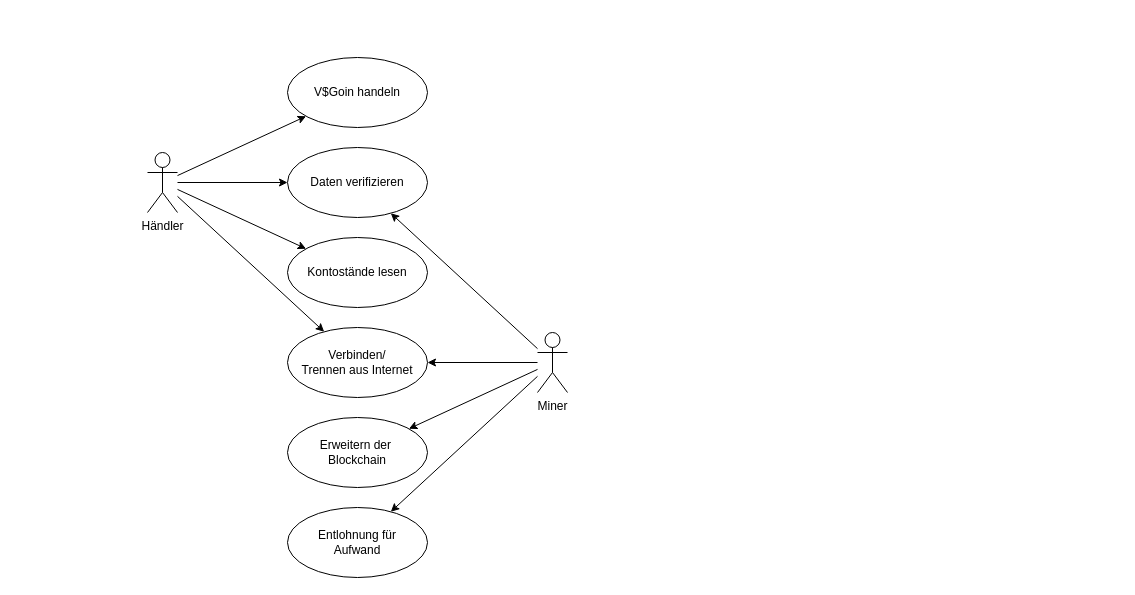
Before: docs/arc42/arc42-MinerNetwork/images/use-cases-network.drawio in bjoern621/VSP-Blockchain, a draw.io diagram. Source tidied: cells renumbered, new cells numbered last; positions are measured from the earlier drawing's top-left corner, leaving out a move shared by most shapes. Both pictures are drawn from the tidied source at 100%, with x=0, y=0 at pixel (147, 57).
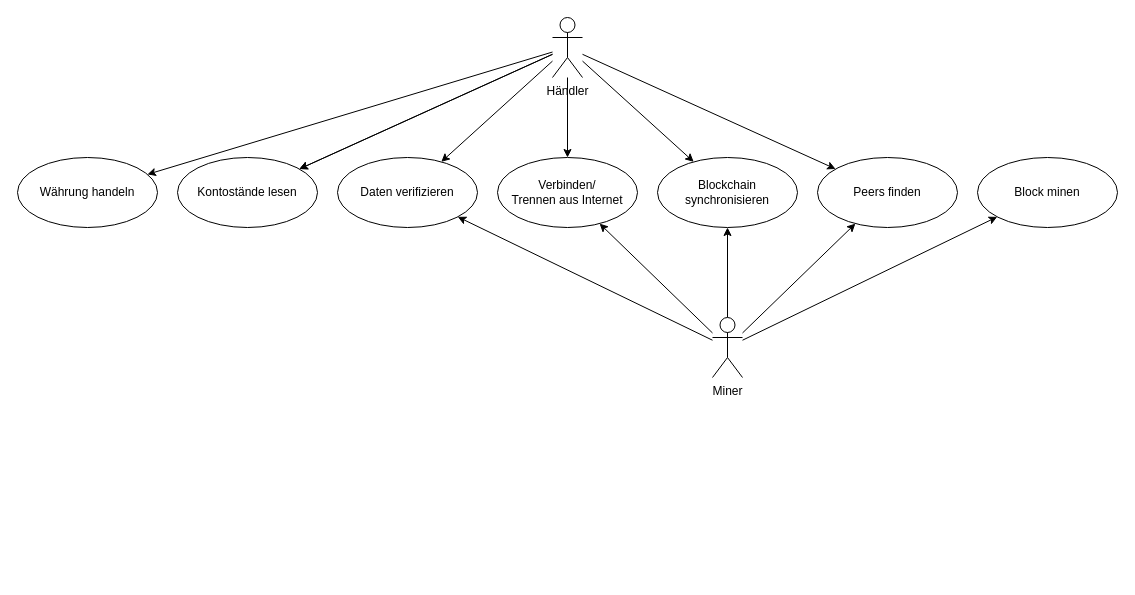
After the change.

The edit, as a diff of the source:
```diff
@@
-    <mxCell id="2" value="V$Goin handeln" style="ellipse;whiteSpace=wrap;html=1;" parent="1" vertex="1">
-      <mxGeometry x="140" width="140" height="70" as="geometry" />
+    <mxCell id="2" value="Währung handeln" style="ellipse;whiteSpace=wrap;html=1;" parent="1" vertex="1">
+      <mxGeometry x="-130" y="100" width="140" height="70" as="geometry" />
     </mxCell>
@@
+    <mxCell id="18" style="rounded=0;jettySize=auto;html=1;" parent="1" edge="1" source="7" target="22">
+      <mxGeometry relative="1" as="geometry" />
+    </mxCell>
+    <mxCell id="19" style="rounded=0;jettySize=auto;html=1;" parent="1" edge="1" source="7" target="17">
+      <mxGeometry relative="1" as="geometry" />
+    </mxCell>
     <mxCell id="7" value="Händler" style="shape=umlActor;verticalLabelPosition=bottom;verticalAlign=top;html=1;" parent="1" vertex="1">
-      <mxGeometry y="95" width="30" height="60" as="geometry" />
+      <mxGeometry x="405" y="-40" width="30" height="60" as="geometry" />
     </mxCell>
     <mxCell id="8" value="Daten verifizieren" style="ellipse;whiteSpace=wrap;html=1;" parent="1" vertex="1">
-      <mxGeometry x="140" y="90" width="140" height="70" as="geometry" />
+      <mxGeometry x="190" y="100" width="140" height="70" as="geometry" />
     </mxCell>
-    <mxCell id="9" value="Kontostände lesen" style="ellipse;whiteSpace=wrap;html=1;" parent="1" vertex="1">
-      <mxGeometry x="140" y="180" width="140" height="70" as="geometry" />
-    </mxCell>
     <mxCell id="10" value="Verbinden/&lt;div&gt;Trennen aus Internet&lt;/div&gt;" style="ellipse;whiteSpace=wrap;html=1;" parent="1" vertex="1">
-      <mxGeometry x="140" y="270" width="140" height="70" as="geometry" />
+      <mxGeometry x="350" y="100" width="140" height="70" as="geometry" />
     </mxCell>
-    <mxCell id="11" value="Erweitern der&amp;nbsp;&lt;div&gt;Blockchain&lt;/div&gt;" style="ellipse;whiteSpace=wrap;html=1;" parent="1" vertex="1">
-      <mxGeometry x="140" y="360" width="140" height="70" as="geometry" />
+    <mxCell id="11" value="Block minen" style="ellipse;whiteSpace=wrap;html=1;" parent="1" vertex="1">
+      <mxGeometry x="830" y="100" width="140" height="70" as="geometry" />
     </mxCell>
@@
+    <mxCell id="20" style="rounded=0;jettySize=auto;html=1;" parent="1" edge="1" source="16" target="22">
+      <mxGeometry relative="1" as="geometry" />
+    </mxCell>
     <mxCell id="16" value="Miner" style="shape=umlActor;verticalLabelPosition=bottom;verticalAlign=top;html=1;" parent="1" vertex="1">
-      <mxGeometry x="390" y="275" width="30" height="60" as="geometry" />
+      <mxGeometry x="565" y="260" width="30" height="60" as="geometry" />
     </mxCell>
-    <mxCell id="17" value="Entlohnung für&lt;div&gt;Aufwand&lt;/div&gt;" style="ellipse;whiteSpace=wrap;html=1;" parent="1" vertex="1">
-      <mxGeometry x="140" y="450" width="140" height="70" as="geometry" />
+    <mxCell id="17" value="Blockchain synchronisieren" style="ellipse;whiteSpace=wrap;html=1;" parent="1" vertex="1">
+      <mxGeometry x="510" y="100" width="140" height="70" as="geometry" />
     </mxCell>
+    <mxCell id="21" style="rounded=0;jettySize=auto;html=1;" parent="1" edge="1" source="7" target="9">
+      <mxGeometry relative="1" as="geometry" />
+    </mxCell>
+    <mxCell id="9" value="Kontostände lesen" style="ellipse;whiteSpace=wrap;html=1;" parent="1" vertex="1">
+      <mxGeometry x="30" y="100" width="140" height="70" as="geometry" />
+    </mxCell>
+    <mxCell id="22" value="Peers finden" style="ellipse;whiteSpace=wrap;html=1;" parent="1" vertex="1">
+      <mxGeometry x="670" y="100" width="140" height="70" as="geometry" />
+    </mxCell>
```
